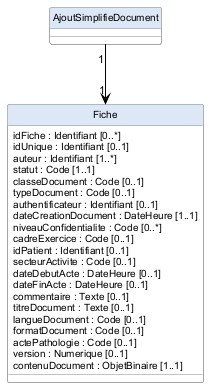
This is input/images/fonctionnel/fig_18.png from ansforge/IG-fhir-partage-de-documents-de-sante, a PlantUML export, as it was before one commit. Its diagram source:
```plantuml
@startuml
hide circle
skinparam backgroundColor white
skinparam DefaultFontName Arial
skinparam DefaultFontSize 11

skinparam class {
  BackgroundColor white
  BorderColor #888888
  HeaderBackgroundColor #dce8f5
  ArrowColor #000000
  FontColor #000000
  FontSize 11
}
skinparam ClassAttributeFontSize 10

class AjoutSimplifieDocument

class Fiche {
  idFiche : Identifiant [0..*]
  idUnique : Identifiant [0..1]
  auteur : Identifiant [1..*]
  statut : Code [1..1]
  classeDocument : Code [0..1]
  typeDocument : Code [0..1]
  authentificateur : Identifiant [0..1]
  dateCreationDocument : DateHeure [1..1]
  niveauConfidentialite : Code [0..*]
  cadreExercice : Code [0..1]
  idPatient : Identifiant [0..1]
  secteurActivite : Code [0..1]
  dateDebutActe : DateHeure [0..1]
  dateFinActe : DateHeure [0..1]
  commentaire : Texte [0..1]
  titreDocument : Texte [0..1]
  langueDocument : Code [0..1]
  formatDocument : Code [0..1]
  actePathologie : Code [0..1]
  version : Numerique [0..1]
  contenuDocument : ObjetBinaire [1..1]
}

AjoutSimplifieDocument "1" --> "1" Fiche
@enduml
```
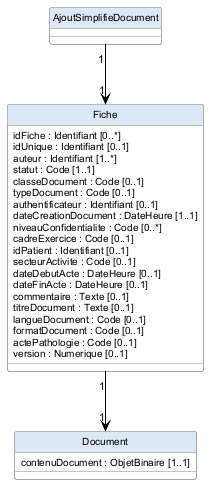
After the change.

What changed in the source:
```diff
@@ -37,8 +37,12 @@
   formatDocument : Code [0..1]
   actePathologie : Code [0..1]
   version : Numerique [0..1]
+}
+
+class Document {
   contenuDocument : ObjetBinaire [1..1]
 }
 
 AjoutSimplifieDocument "1" --> "1" Fiche
+Fiche "1" --> "1" Document
 @enduml
```
